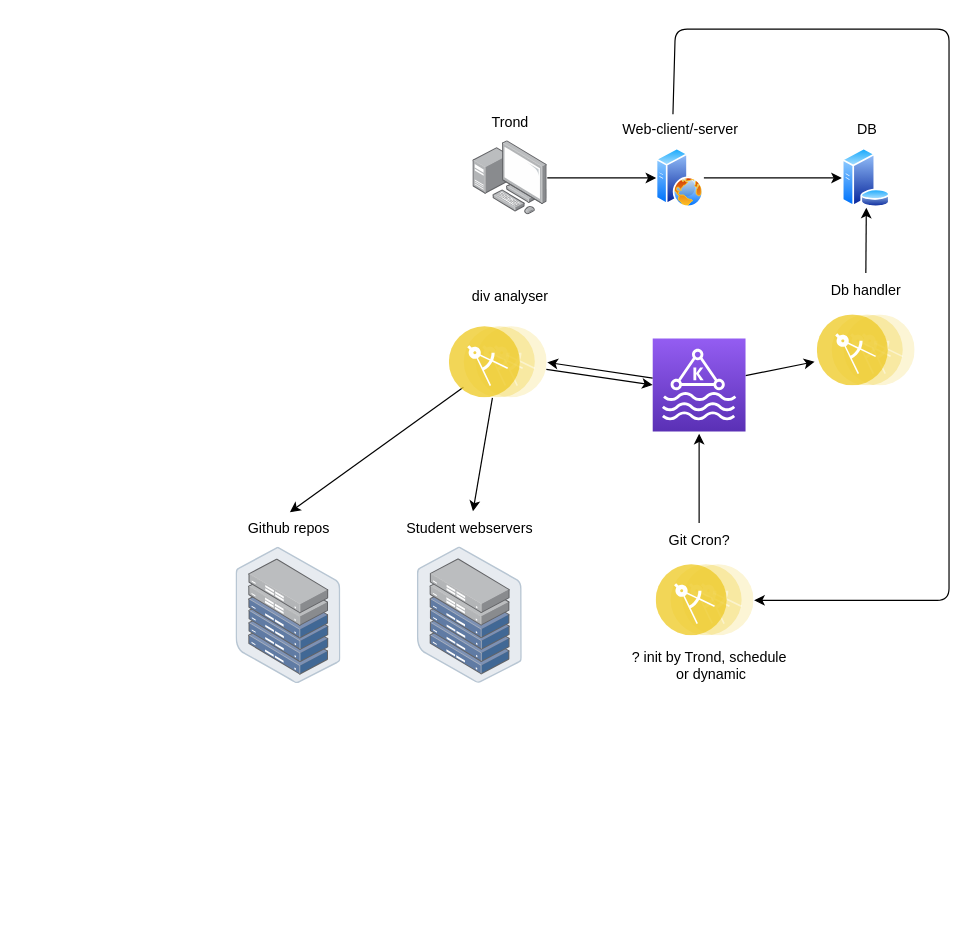
The draw.io diagram page "Page-1" (1 of 2) of arch.drawio in Vetleskrett/flexilyzer, before the edit. Source tidied: cells renumbered, new cells numbered last; positions are measured from the earlier drawing's top-left corner, leaving out a move shared by most shapes. Both pictures are drawn from the tidied source at 119%, with x=0, y=0 at pixel (211, 29). Pictures stored in the file or linked from it are replaced by grey dashed boxes.
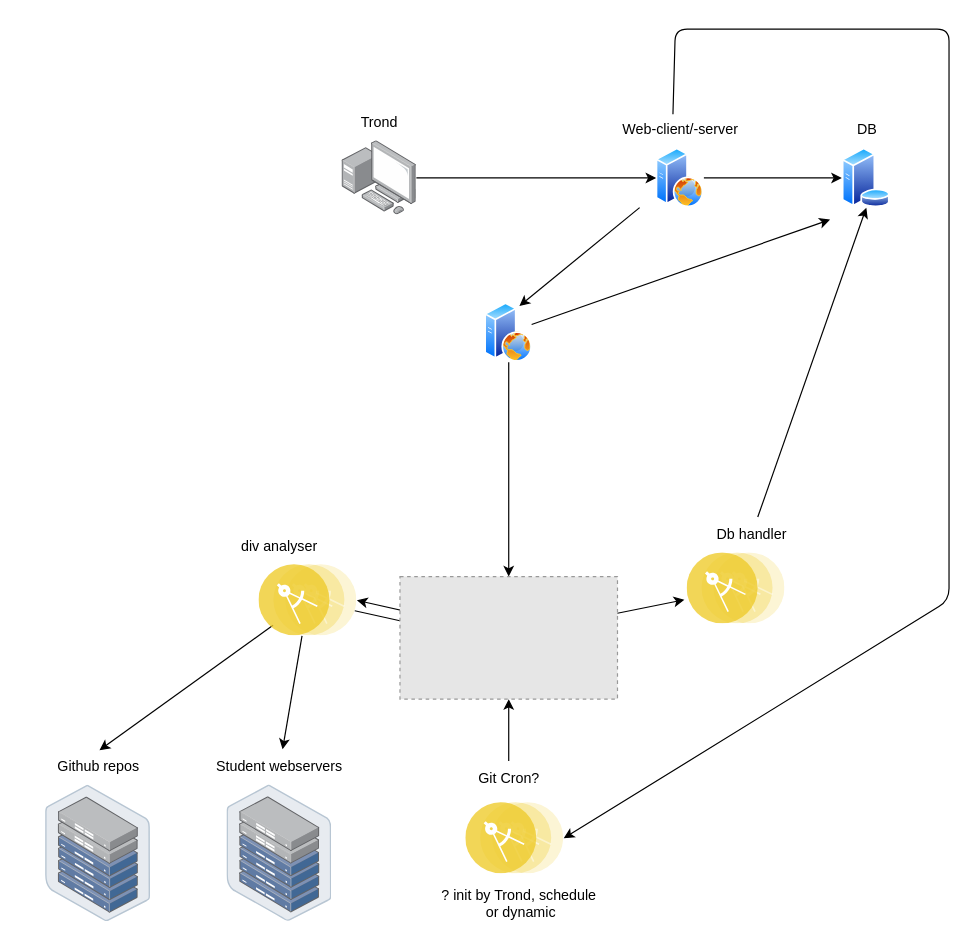
The same page after the edit.

The edit, as a diff of the source:
```diff
@@
+    <mxCell id="32" style="edgeStyle=none;html=1;entryX=0.75;entryY=0;entryDx=0;entryDy=0;" parent="1" edge="1" target="35">
+      <mxGeometry relative="1" as="geometry">
+        <mxPoint x="360" y="150" as="sourcePoint" />
+      </mxGeometry>
+    </mxCell>
     <mxCell id="4" style="points=[];html=1;align=center;shadow=0;dashed=0;image;image=img/lib/allied_telesis/computer_and_terminals/Personal_Computer_with_Server.svg;" parent="1" vertex="1">
-      <mxGeometry x="220" y="93.8" width="62.4" height="62.4" as="geometry" />
+      <mxGeometry x="110" y="93.8" width="62.4" height="62.4" as="geometry" />
     </mxCell>
@@
     <mxCell id="10" value="Trond" style="text;html=1;align=center;verticalAlign=middle;strokeColor=none;fillColor=none;" parent="1" vertex="1">
-      <mxGeometry x="226.2" y="63.8" width="50" height="30" as="geometry" />
+      <mxGeometry x="116.2" y="63.8" width="50" height="30" as="geometry" />
     </mxCell>
     <mxCell id="11" style="group;" parent="1" vertex="1">
-      <mxGeometry x="152.4" y="405.2" width="130" height="149.6" as="geometry" />
+      <mxGeometry x="-7.6" y="605.2" width="130" height="149.6" as="geometry" />
     </mxCell>
@@
-    <mxCell id="14" style="edgeStyle=none;html=1;entryX=1;entryY=0.5;entryDx=0;entryDy=0;" parent="1" edge="1" source="16" target="23">
-      <mxGeometry relative="1" as="geometry" />
+    <mxCell id="14" style="edgeStyle=none;html=1;entryX=1;entryY=0.5;entryDx=0;entryDy=0;" parent="1" edge="1" target="23">
+      <mxGeometry relative="1" as="geometry">
+        <mxPoint x="212.2" y="500.2" as="sourcePoint" />
+      </mxGeometry>
     </mxCell>
-    <mxCell id="15" style="edgeStyle=none;html=1;entryX=-0.029;entryY=0.658;entryDx=0;entryDy=0;entryPerimeter=0;" parent="1" edge="1" source="16" target="25">
-      <mxGeometry relative="1" as="geometry" />
+    <mxCell id="15" style="edgeStyle=none;html=1;entryX=-0.029;entryY=0.658;entryDx=0;entryDy=0;entryPerimeter=0;" parent="1" edge="1" target="25">
+      <mxGeometry relative="1" as="geometry">
+        <mxPoint x="290.2" y="501.1" as="sourcePoint" />
+      </mxGeometry>
     </mxCell>
-    <mxCell id="16" style="sketch=0;points=[[0,0,0],[0.25,0,0],[0.5,0,0],[0.75,0,0],[1,0,0],[0,1,0],[0.25,1,0],[0.5,1,0],[0.75,1,0],[1,1,0],[0,0.25,0],[0,0.5,0],[0,0.75,0],[1,0.25,0],[1,0.5,0],[1,0.75,0]];outlineConnect=0;fontColor=#232F3E;gradientColor=#945DF2;gradientDirection=north;fillColor=#5A30B5;strokeColor=#ffffff;dashed=0;verticalLabelPosition=bottom;verticalAlign=top;align=center;html=1;fontSize=12;fontStyle=0;shape=mxgraph.aws4.resourceIcon;resIcon=mxgraph.aws4.managed_streaming_for_kafka;" parent="1" vertex="1">
-      <mxGeometry x="371" y="260" width="78" height="78" as="geometry" />
-    </mxCell>
     <mxCell id="17" style="perimeter=ellipsePerimeter;html=1;align=center;shadow=0;dashed=0;fontColor=#4277BB;labelBackgroundColor=#ffffff;fontSize=12;spacingTop=3;image;image=img/lib/ibm/applications/microservice.svg;" parent="1" vertex="1">
-      <mxGeometry x="374" y="450" width="82.2" height="60" as="geometry" />
+      <mxGeometry x="214" y="650" width="82.2" height="60" as="geometry" />
     </mxCell>
-    <mxCell id="18" style="edgeStyle=none;html=1;" parent="1" edge="1" source="19">
-      <mxGeometry relative="1" as="geometry">
-        <mxPoint x="410" y="340" as="targetPoint" />
-      </mxGeometry>
+    <mxCell id="18" style="edgeStyle=none;html=1;entryX=0.5;entryY=1;entryDx=0;entryDy=0;" parent="1" edge="1" source="19" target="36">
+      <mxGeometry relative="1" as="geometry" />
     </mxCell>
     <mxCell id="19" value="Git Cron?" style="text;html=1;align=center;verticalAlign=middle;points=[];strokeColor=none;fillColor=none;" parent="1" vertex="1">
-      <mxGeometry x="375" y="415" width="70" height="30" as="geometry" />
+      <mxGeometry x="215" y="615" width="70" height="30" as="geometry" />
     </mxCell>
-    <mxCell id="20" style="edgeStyle=none;html=1;entryX=0;entryY=0.5;entryDx=0;entryDy=0;entryPerimeter=0;" parent="1" edge="1" source="23" target="16">
-      <mxGeometry relative="1" as="geometry" />
+    <mxCell id="20" style="edgeStyle=none;html=1;entryX=0;entryY=0.5;entryDx=0;entryDy=0;entryPerimeter=0;" parent="1" edge="1" source="23">
+      <mxGeometry relative="1" as="geometry">
+        <mxPoint x="212.2" y="509" as="targetPoint" />
+      </mxGeometry>
     </mxCell>
@@
     <mxCell id="23" style="perimeter=ellipsePerimeter;html=1;align=center;shadow=0;dashed=0;fontColor=#4277BB;labelBackgroundColor=#ffffff;fontSize=12;spacingTop=3;image;image=img/lib/ibm/applications/microservice.svg;" parent="1" vertex="1">
-      <mxGeometry x="200.2" y="250" width="82.2" height="60" as="geometry" />
+      <mxGeometry x="40.2" y="450" width="82.2" height="60" as="geometry" />
     </mxCell>
     <mxCell id="24" value="div analyser" style="text;html=1;align=center;verticalAlign=middle;strokeColor=none;fillColor=none;" parent="1" vertex="1">
-      <mxGeometry x="206.2" y="210" width="90" height="30" as="geometry" />
+      <mxGeometry x="12.4" y="420" width="90" height="30" as="geometry" />
     </mxCell>
     <mxCell id="25" style="perimeter=ellipsePerimeter;html=1;align=center;shadow=0;dashed=0;fontColor=#4277BB;labelBackgroundColor=#ffffff;fontSize=12;spacingTop=3;image;image=img/lib/ibm/applications/microservice.svg;" parent="1" vertex="1">
-      <mxGeometry x="509.4" y="240" width="82.2" height="60" as="geometry" />
+      <mxGeometry x="400" y="440" width="82.2" height="60" as="geometry" />
     </mxCell>
@@
     <mxCell id="27" value="Db handler" style="text;html=1;align=center;verticalAlign=middle;points=[];strokeColor=none;fillColor=none;" parent="1" vertex="1">
-      <mxGeometry x="510" y="205" width="80" height="30" as="geometry" />
+      <mxGeometry x="414" y="410" width="80" height="30" as="geometry" />
     </mxCell>
     <mxCell id="28" value="? init by Trond, schedule&amp;nbsp;&lt;br&gt;or dynamic" style="text;html=1;align=center;verticalAlign=middle;strokeColor=none;fillColor=none;" parent="1" vertex="1">
-      <mxGeometry x="340" y="515" width="160" height="40" as="geometry" />
+      <mxGeometry x="180" y="715" width="160" height="40" as="geometry" />
     </mxCell>
     <mxCell id="29" style="group;" parent="1" vertex="1">
-      <mxGeometry y="405.4" width="130" height="149.6" as="geometry" />
+      <mxGeometry x="-160" y="605.4" width="130" height="149.6" as="geometry" />
     </mxCell>
@@
+    <mxCell id="33" style="edgeStyle=none;html=1;entryX=0.5;entryY=0;entryDx=0;entryDy=0;" parent="1" edge="1" source="35" target="36">
+      <mxGeometry relative="1" as="geometry" />
+    </mxCell>
+    <mxCell id="34" style="edgeStyle=none;html=1;" parent="1" edge="1" source="35">
+      <mxGeometry relative="1" as="geometry">
+        <mxPoint x="520" y="160" as="targetPoint" />
+      </mxGeometry>
+    </mxCell>
+    <mxCell id="35" style="perimeter=ellipsePerimeter;html=1;align=center;shadow=0;dashed=0;spacingTop=3;image;image=img/lib/active_directory/web_server.svg;" parent="1" vertex="1">
+      <mxGeometry x="230" y="230" width="40" height="50" as="geometry" />
+    </mxCell>
+    <mxCell id="36" style="fillColor=#E6E6E6;strokeColor=#999999;dashed=1;verticalLabelPosition=bottom;verticalAlign=top;" parent="1" vertex="1">
+      <mxGeometry x="158.6" y="460" width="182.8" height="103" as="geometry" />
+    </mxCell>
```
